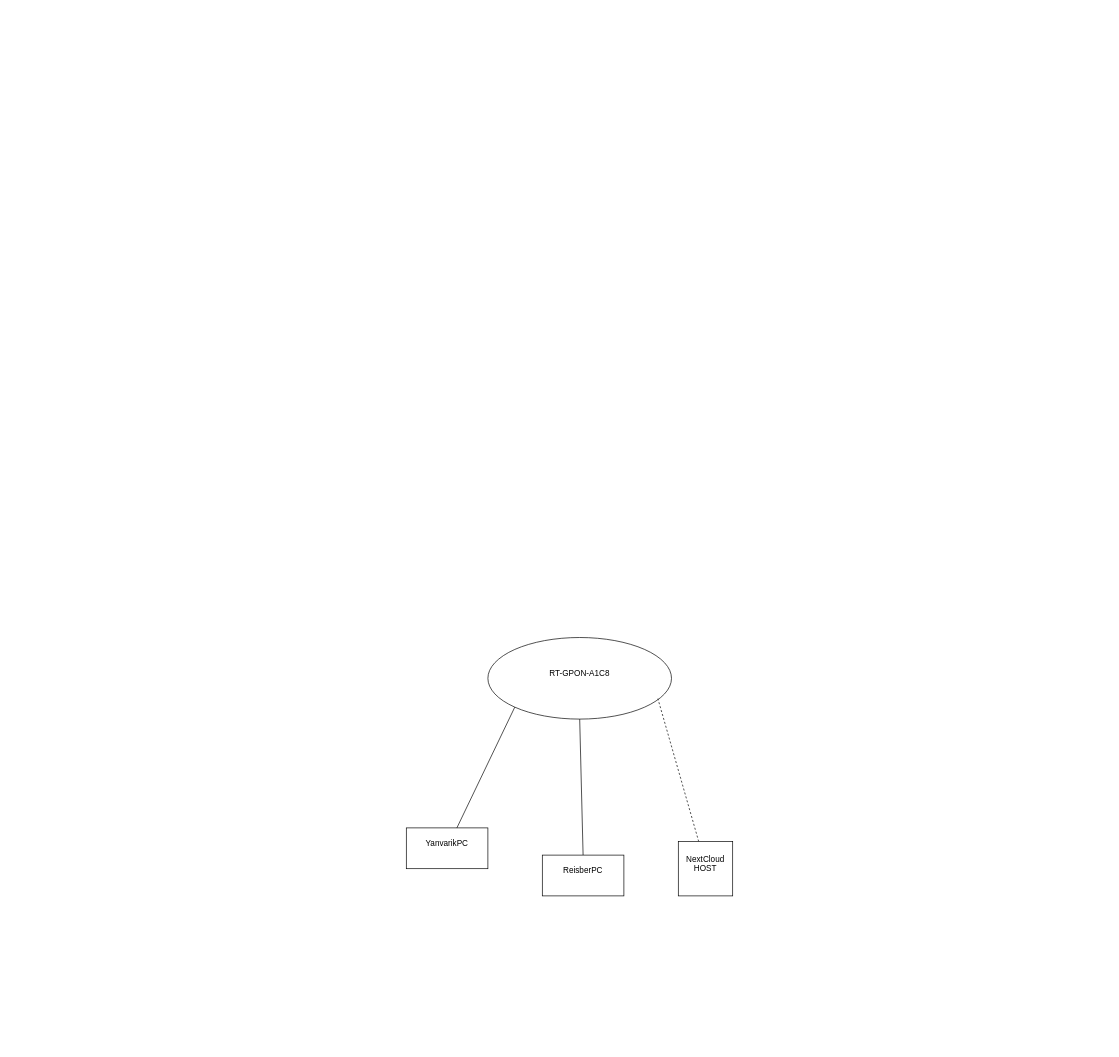
Reisber/study keeps this draw.io diagram as Диаграмма без названия.drawio. Above is the earlier version. Source tidied: cells renumbered, new cells numbered last; positions are measured from the earlier drawing's top-left corner, leaving out a move shared by most shapes. Both pictures are drawn from the tidied source at 68%, with x=0, y=0 at pixel (406, 637).
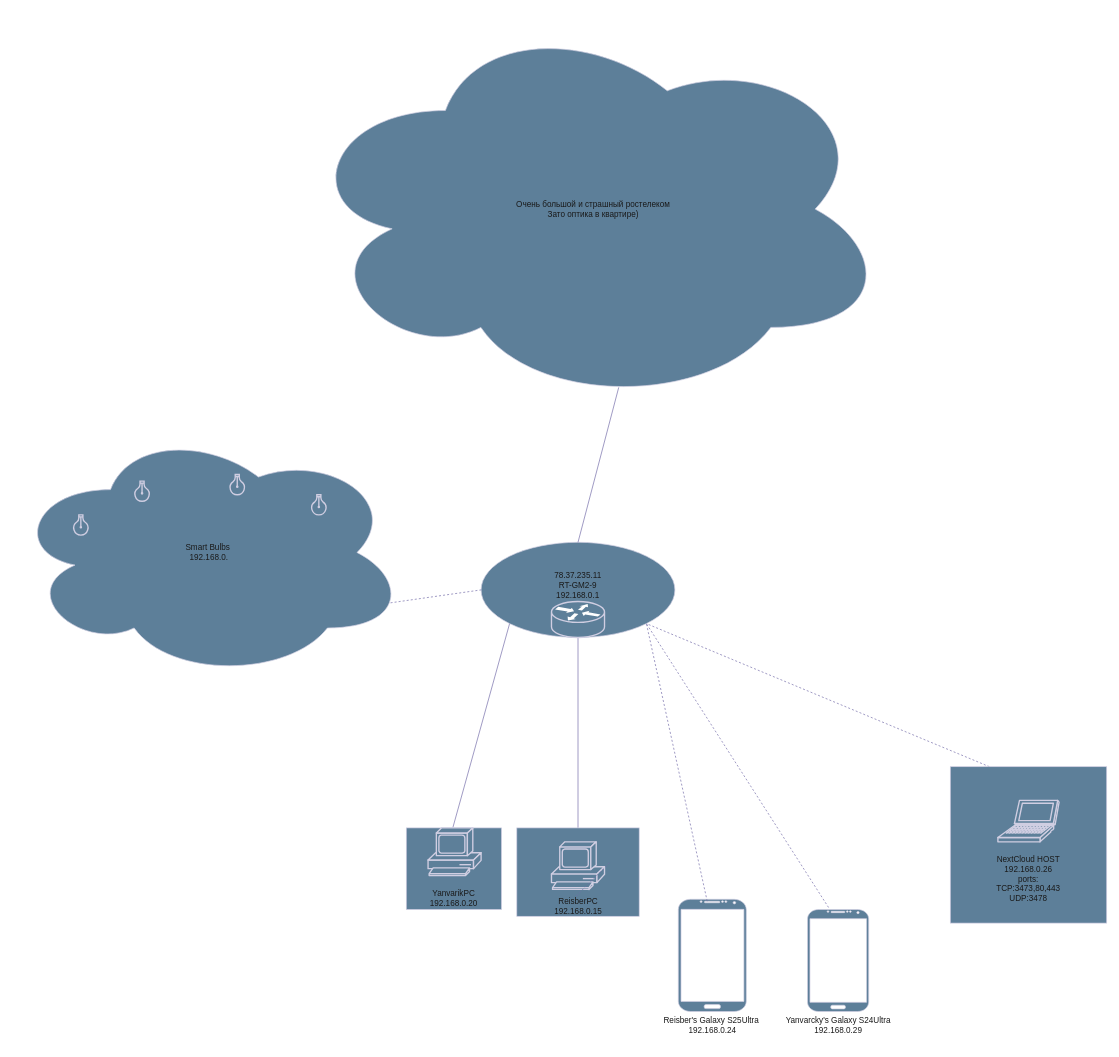
The same diagram, later.

What changed in the source:
```diff
@@
-    <mxCell id="2" value="RT-GPON-A1C8&lt;div&gt;&lt;br&gt;&lt;/div&gt;" style="ellipse;whiteSpace=wrap;html=1;" parent="1" vertex="1">
-      <mxGeometry x="120" width="270" height="120" as="geometry" />
+    <mxCell id="2" value="&lt;div&gt;78.37.235.11&lt;/div&gt;&lt;div&gt;RT-GM2-9&lt;/div&gt;&lt;div&gt;192.168.0.1&lt;br&gt;&lt;br&gt;&lt;/div&gt;" style="ellipse;whiteSpace=wrap;html=1;labelBackgroundColor=none;fillColor=#5D7F99;strokeColor=#D0CEE2;fontColor=#1A1A1A;" parent="1" vertex="1">
+      <mxGeometry x="110" y="-140" width="285" height="140" as="geometry" />
     </mxCell>
-    <mxCell id="3" style="endArrow=none;html=1;rounded=0;entryX=0.5;entryY=1;entryDx=0;entryDy=0;" parent="1" edge="1" target="2">
-      <mxGeometry relative="1" as="geometry">
-        <mxPoint x="260" y="320" as="sourcePoint" />
-      </mxGeometry>
+    <mxCell id="3" style="endArrow=none;html=1;rounded=0;entryX=0.5;entryY=1;entryDx=0;entryDy=0;exitX=0.5;exitY=0;exitDx=0;exitDy=0;labelBackgroundColor=none;fontColor=default;strokeColor=#736CA8;" parent="1" edge="1" source="6" target="2">
+      <mxGeometry relative="1" as="geometry" />
     </mxCell>
-    <mxCell id="4" style="endArrow=none;html=1;rounded=0;entryX=0;entryY=1;entryDx=0;entryDy=0;" parent="1" edge="1" target="2">
+    <mxCell id="4" style="endArrow=none;html=1;rounded=0;entryX=0;entryY=1;entryDx=0;entryDy=0;labelBackgroundColor=none;fontColor=default;strokeColor=#736CA8;" parent="1" edge="1" target="2">
       <mxGeometry relative="1" as="geometry">
         <mxPoint x="60" y="310" as="sourcePoint" />
       </mxGeometry>
     </mxCell>
-    <mxCell id="5" value="YanvarikPC&lt;div&gt;&lt;br&gt;&lt;/div&gt;" style="rounded=0;whiteSpace=wrap;html=1;" parent="1" vertex="1">
-      <mxGeometry y="280" width="120" height="60" as="geometry" />
+    <mxCell id="5" value="&lt;div&gt;&lt;br&gt;&lt;/div&gt;&lt;div&gt;&lt;br&gt;&lt;/div&gt;&lt;div&gt;&lt;br&gt;&lt;/div&gt;&lt;div&gt;&lt;br&gt;&lt;/div&gt;&lt;div&gt;&lt;br&gt;&lt;/div&gt;&lt;div&gt;&lt;br&gt;&lt;/div&gt;&lt;div&gt;&lt;br&gt;&lt;/div&gt;YanvarikPC&lt;div&gt;192.168.0.20&lt;br&gt;&lt;div&gt;&lt;br&gt;&lt;/div&gt;&lt;/div&gt;" style="rounded=0;whiteSpace=wrap;html=1;labelBackgroundColor=none;fillColor=#5D7F99;strokeColor=#D0CEE2;fontColor=#1A1A1A;" parent="1" vertex="1">
+      <mxGeometry y="280" width="140" height="120" as="geometry" />
     </mxCell>
-    <mxCell id="6" value="ReisberPC&lt;div&gt;&lt;br&gt;&lt;/div&gt;" style="rounded=0;whiteSpace=wrap;html=1;" parent="1" vertex="1">
-      <mxGeometry x="200" y="320" width="120" height="60" as="geometry" />
+    <mxCell id="6" value="&lt;div&gt;&lt;br&gt;&lt;/div&gt;&lt;div&gt;&lt;br&gt;&lt;/div&gt;&lt;div&gt;&lt;br&gt;&lt;/div&gt;&lt;div&gt;&lt;br&gt;&lt;/div&gt;&lt;div&gt;&lt;br&gt;&lt;/div&gt;&lt;div&gt;&lt;br&gt;&lt;/div&gt;&lt;div&gt;&lt;br&gt;&lt;/div&gt;ReisberPC&lt;div&gt;192.168.0.15&lt;/div&gt;" style="rounded=0;whiteSpace=wrap;html=1;labelBackgroundColor=none;fillColor=#5D7F99;strokeColor=#D0CEE2;fontColor=#1A1A1A;" parent="1" vertex="1">
+      <mxGeometry x="162.5" y="280" width="180" height="130" as="geometry" />
     </mxCell>
-    <mxCell id="7" style="endArrow=none;dashed=1;html=1;rounded=0;" parent="1" edge="1">
-      <mxGeometry relative="1" as="geometry">
-        <mxPoint x="430" y="300" as="sourcePoint" />
-        <mxPoint x="370" y="90" as="targetPoint" />
-      </mxGeometry>
+    <mxCell id="7" style="endArrow=none;dashed=1;html=1;rounded=0;entryX=1;entryY=1;entryDx=0;entryDy=0;exitX=0.25;exitY=0;exitDx=0;exitDy=0;labelBackgroundColor=none;fontColor=default;strokeColor=#736CA8;" parent="1" edge="1" source="8" target="2">
+      <mxGeometry relative="1" as="geometry" />
     </mxCell>
-    <mxCell id="8" value="NextCloud HOST&lt;div&gt;&lt;br&gt;&lt;/div&gt;" style="whiteSpace=wrap;html=1;" parent="1" vertex="1">
-      <mxGeometry x="400" y="300" width="80" height="80" as="geometry" />
+    <mxCell id="8" value="&lt;div&gt;&lt;br&gt;&lt;/div&gt;&lt;div&gt;&lt;br&gt;&lt;/div&gt;&lt;div&gt;&lt;br&gt;&lt;/div&gt;&lt;div&gt;&lt;br&gt;&lt;/div&gt;&lt;div&gt;&lt;br&gt;&lt;/div&gt;&lt;div&gt;&lt;br&gt;&lt;/div&gt;&lt;div&gt;&lt;br&gt;&lt;/div&gt;NextCloud HOST&lt;div&gt;192.168.0.26&lt;/div&gt;&lt;div&gt;ports:&lt;/div&gt;&lt;div&gt;TCP:3473,80,443&lt;/div&gt;&lt;div&gt;UDP:3478&lt;/div&gt;" style="whiteSpace=wrap;html=1;labelBackgroundColor=none;fillColor=#5D7F99;strokeColor=#D0CEE2;fontColor=#1A1A1A;" parent="1" vertex="1">
+      <mxGeometry x="800" y="190" width="230" height="230" as="geometry" />
     </mxCell>
+    <mxCell id="9" style="sketch=0;html=1;dashed=0;strokeWidth=2;verticalLabelPosition=bottom;verticalAlign=top;align=center;shape=mxgraph.cisco.routers.router;labelBackgroundColor=none;fillColor=#5D7F99;strokeColor=#D0CEE2;fontColor=#1A1A1A;" parent="1" vertex="1">
+      <mxGeometry x="213.5" y="-53" width="78" height="53" as="geometry" />
+    </mxCell>
+    <mxCell id="10" style="sketch=0;html=1;dashed=0;strokeWidth=2;verticalLabelPosition=bottom;verticalAlign=top;align=center;shape=mxgraph.cisco.computers_and_peripherals.laptop;labelBackgroundColor=none;fillColor=#5D7F99;strokeColor=#D0CEE2;fontColor=#1A1A1A;" parent="1" vertex="1">
+      <mxGeometry x="870" y="239.5" width="90" height="61" as="geometry" />
+    </mxCell>
+    <mxCell id="11" style="sketch=0;html=1;dashed=0;strokeWidth=2;verticalLabelPosition=bottom;verticalAlign=top;align=center;shape=mxgraph.cisco.computers_and_peripherals.pc;labelBackgroundColor=none;fillColor=#5D7F99;strokeColor=#D0CEE2;fontColor=#1A1A1A;" parent="1" vertex="1">
+      <mxGeometry x="213.5" y="300.5" width="78" height="70" as="geometry" />
+    </mxCell>
+    <mxCell id="12" style="sketch=0;html=1;dashed=0;strokeWidth=2;verticalLabelPosition=bottom;verticalAlign=top;align=center;shape=mxgraph.cisco.computers_and_peripherals.pc;labelBackgroundColor=none;fillColor=#5D7F99;strokeColor=#D0CEE2;fontColor=#1A1A1A;" parent="1" vertex="1">
+      <mxGeometry x="32" y="280" width="78" height="70" as="geometry" />
+    </mxCell>
+    <mxCell id="13" value="Yanvarcky's Galaxy S24Ultra&lt;div&gt;192.168.0.29&lt;/div&gt;" style="verticalLabelPosition=bottom;verticalAlign=top;html=1;shadow=0;dashed=0;strokeWidth=1;shape=mxgraph.android.phone2;labelBackgroundColor=none;fillColor=#5D7F99;strokeColor=#D0CEE2;fontColor=#1A1A1A;" parent="1" vertex="1">
+      <mxGeometry x="590" y="400" width="90" height="150" as="geometry" />
+    </mxCell>
+    <mxCell id="14" value="Reisber's Galaxy S25Ultra&amp;nbsp;&lt;div&gt;192.168.0.24&lt;/div&gt;&lt;div&gt;&lt;br&gt;&lt;/div&gt;" style="verticalLabelPosition=bottom;verticalAlign=top;html=1;shadow=0;dashed=0;strokeWidth=1;shape=mxgraph.android.phone2;labelBackgroundColor=none;fillColor=#5D7F99;strokeColor=#D0CEE2;fontColor=#1A1A1A;" parent="1" vertex="1">
+      <mxGeometry x="400" y="385" width="100" height="165" as="geometry" />
+    </mxCell>
+    <mxCell id="15" style="endArrow=none;dashed=1;html=1;rounded=0;labelBackgroundColor=none;fontColor=default;strokeColor=#736CA8;" parent="1" edge="1">
+      <mxGeometry relative="1" as="geometry">
+        <mxPoint x="250" y="380" as="sourcePoint" />
+        <mxPoint x="300" y="330" as="targetPoint" />
+      </mxGeometry>
+    </mxCell>
+    <mxCell id="16" style="endArrow=none;dashed=1;html=1;rounded=0;entryX=1;entryY=1;entryDx=0;entryDy=0;exitX=0.425;exitY=0.017;exitDx=0;exitDy=0;exitPerimeter=0;labelBackgroundColor=none;fontColor=default;strokeColor=#736CA8;" parent="1" edge="1" source="14" target="2">
+      <mxGeometry relative="1" as="geometry" />
+    </mxCell>
+    <mxCell id="17" value="Очень большой и страшный ростелеком&lt;br&gt;Зато оптика в квартире)" style="ellipse;shape=cloud;whiteSpace=wrap;html=1;labelBackgroundColor=none;fillColor=#5D7F99;strokeColor=#D0CEE2;fontColor=#1A1A1A;" parent="1" vertex="1">
+      <mxGeometry x="-160" y="-920" width="870" height="580" as="geometry" />
+    </mxCell>
+    <mxCell id="18" style="endArrow=none;html=1;rounded=0;entryX=0.543;entryY=0.952;entryDx=0;entryDy=0;entryPerimeter=0;exitX=0.5;exitY=0;exitDx=0;exitDy=0;labelBackgroundColor=none;fontColor=default;strokeColor=#736CA8;" parent="1" edge="1" source="2" target="17">
+      <mxGeometry relative="1" as="geometry" />
+    </mxCell>
+    <mxCell id="19" value="Smart Bulbs&amp;nbsp;&lt;div&gt;192.168.0.&lt;/div&gt;" style="ellipse;shape=cloud;whiteSpace=wrap;html=1;labelBackgroundColor=none;fillColor=#5D7F99;strokeColor=#D0CEE2;fontColor=#1A1A1A;" parent="1" vertex="1">
+      <mxGeometry x="-580" y="-310" width="580" height="370" as="geometry" />
+    </mxCell>
+    <mxCell id="20" style="endArrow=none;dashed=1;html=1;rounded=0;entryX=1;entryY=1;entryDx=0;entryDy=0;exitX=0.344;exitY=-0.02;exitDx=0;exitDy=0;exitPerimeter=0;labelBackgroundColor=none;fontColor=default;strokeColor=#736CA8;" parent="1" edge="1" source="13" target="2">
+      <mxGeometry relative="1" as="geometry" />
+    </mxCell>
+    <mxCell id="21" style="html=1;verticalLabelPosition=bottom;align=center;labelBackgroundColor=none;verticalAlign=top;strokeWidth=2;shadow=0;dashed=0;shape=mxgraph.ios7.icons.lightbulb;direction=west;fillColor=#5D7F99;strokeColor=#D0CEE2;fontColor=#1A1A1A;" parent="1" vertex="1">
+      <mxGeometry x="-400" y="-230" width="22.8" height="29.7" as="geometry" />
+    </mxCell>
+    <mxCell id="22" style="html=1;verticalLabelPosition=bottom;align=center;labelBackgroundColor=none;verticalAlign=top;strokeWidth=2;shadow=0;dashed=0;shape=mxgraph.ios7.icons.lightbulb;direction=west;fillColor=#5D7F99;strokeColor=#D0CEE2;fontColor=#1A1A1A;" parent="1" vertex="1">
+      <mxGeometry x="-140" y="-210" width="22.8" height="29.7" as="geometry" />
+    </mxCell>
+    <mxCell id="23" style="html=1;verticalLabelPosition=bottom;align=center;labelBackgroundColor=none;verticalAlign=top;strokeWidth=2;shadow=0;dashed=0;shape=mxgraph.ios7.icons.lightbulb;direction=west;fillColor=#5D7F99;strokeColor=#D0CEE2;fontColor=#1A1A1A;" parent="1" vertex="1">
+      <mxGeometry x="-260" y="-239.7" width="22.8" height="29.7" as="geometry" />
+    </mxCell>
+    <mxCell id="24" style="html=1;verticalLabelPosition=bottom;align=center;labelBackgroundColor=none;verticalAlign=top;strokeWidth=2;shadow=0;dashed=0;shape=mxgraph.ios7.icons.lightbulb;direction=west;fillColor=#5D7F99;strokeColor=#D0CEE2;fontColor=#1A1A1A;" parent="1" vertex="1">
+      <mxGeometry x="-490" y="-180.3" width="22.8" height="29.7" as="geometry" />
+    </mxCell>
+    <mxCell id="25" style="endArrow=none;dashed=1;html=1;rounded=0;entryX=0;entryY=0.5;entryDx=0;entryDy=0;exitX=0.96;exitY=0.7;exitDx=0;exitDy=0;exitPerimeter=0;labelBackgroundColor=none;fontColor=default;strokeColor=#736CA8;" parent="1" edge="1" source="19" target="2">
+      <mxGeometry relative="1" as="geometry" />
+    </mxCell>
```
